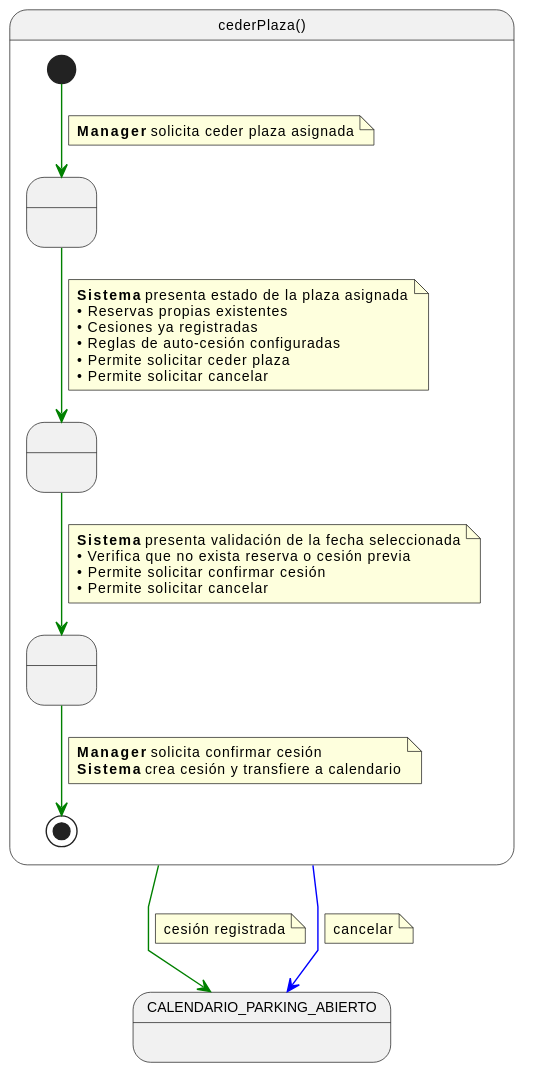
Above: modelosUML/svg/cuCederPlaza.svg in lostal/seven-suite (PlantUML), before the change.
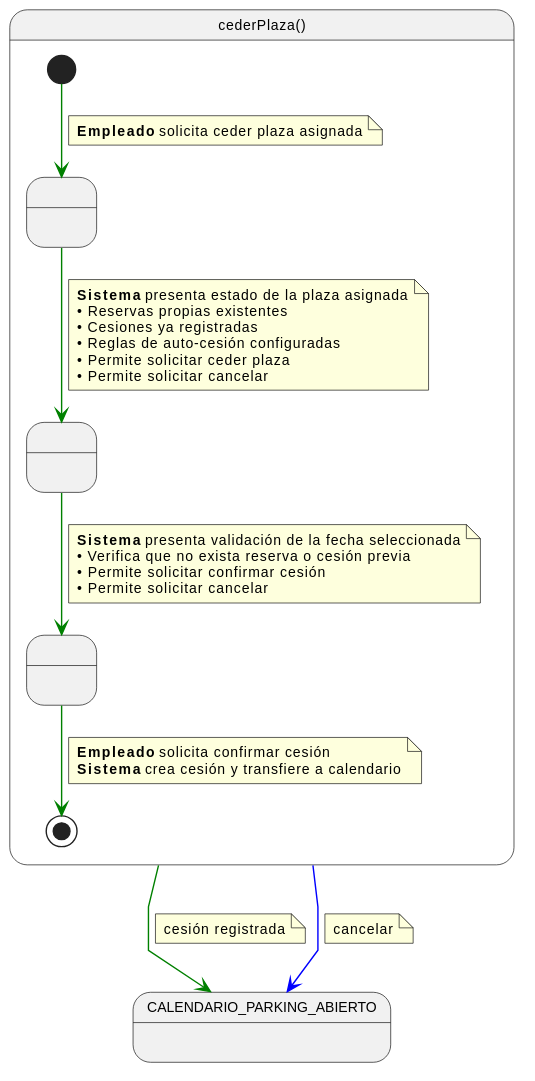
The same file after the commit.

What changed in the source:
```diff
@@ -1,4 +1,6 @@
 @startuml
+skinparam backgroundColor #FFFFFF
+
 skinparam linetype polyline
 skinparam defaultFontName Arial
 skinparam defaultFontSize 10
@@ -10,7 +12,7 @@
 
   [*] -[#green]-> SolicitandoCesion
   note on link
-    <b>Manager</b> solicita ceder plaza asignada
+    <b>Empleado</b> solicita ceder plaza asignada
   end note
 
   SolicitandoCesion -[#green]-> ProporcionandoFecha
@@ -33,7 +35,7 @@
 
   CesionRegistrada -[#green]-> [*]
   note on link
-    <b>Manager</b> solicita confirmar cesión
+    <b>Empleado</b> solicita confirmar cesión
     <b>Sistema</b> crea cesión y transfiere a calendario
   end note
 }
```
